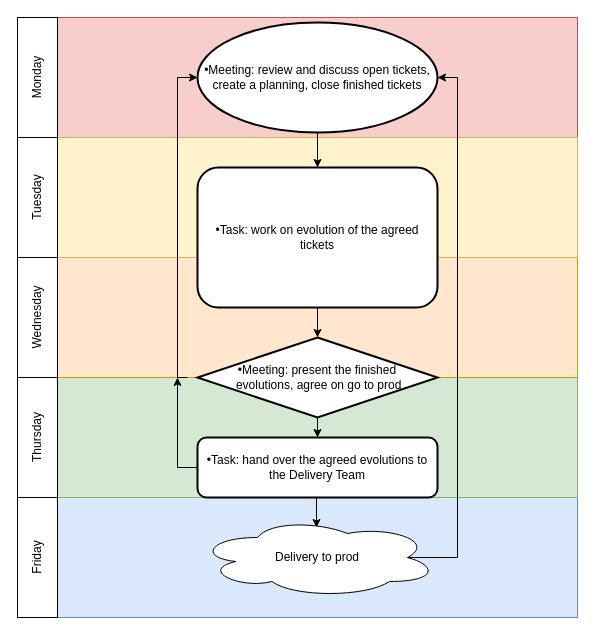
Above: Untitled Diagram.drawio in mariekekoppenaal/mariekekoppenaal (draw.io), before the change. Source tidied: cells renumbered, new cells numbered last; positions are measured from the earlier drawing's top-left corner, leaving out a move shared by most shapes. Both pictures are drawn from the tidied source at 100%, with x=0, y=0 at pixel (17, 17).
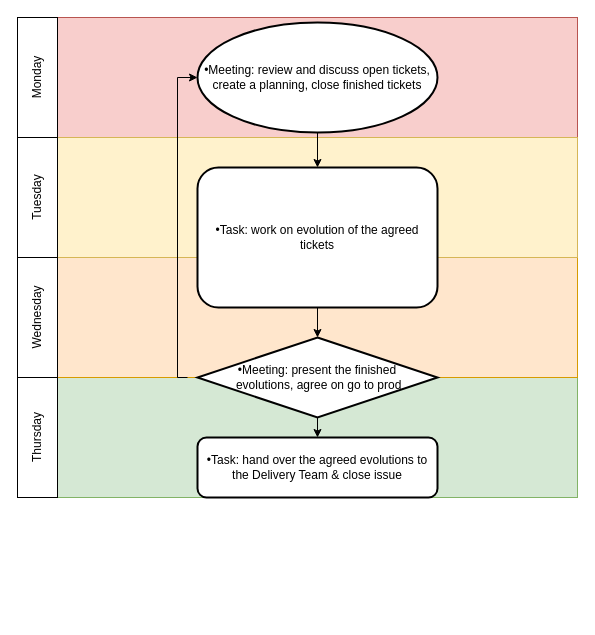
The same page after the edit.

Commit message:
Update Untitled Diagram 2.drawio

The change refers to these unchanged cells:
```xml
<mxCell id="9" value="•Meeting: review and discuss open tickets, create a planning, close finished tickets" style="strokeWidth=2;html=1;shape=mxgraph.flowchart.start_1;whiteSpace=wrap;" parent="1" vertex="1">
  <mxGeometry x="180" y="5" width="240" height="110" as="geometry" />
</mxCell>
```

The edit, as a diff of the source:
```diff
@@
-    <mxCell id="2" style="rounded=0;whiteSpace=wrap;html=1;fillColor=#dae8fc;strokeColor=#6c8ebf;" parent="1" vertex="1">
-      <mxGeometry x="40" y="480" width="520" height="120" as="geometry" />
-    </mxCell>
@@
-    <mxCell id="12" style="edgeStyle=orthogonalEdgeStyle;rounded=0;jettySize=auto;html=1;exitX=0.5;exitY=1;exitDx=0;exitDy=0;entryX=0.496;entryY=0.125;entryDx=0;entryDy=0;entryPerimeter=0;" parent="1" edge="1" source="14" target="23">
-      <mxGeometry relative="1" as="geometry" />
-    </mxCell>
-    <mxCell id="13" style="edgeStyle=orthogonalEdgeStyle;rounded=0;jettySize=auto;html=1;exitX=0;exitY=0.5;exitDx=0;exitDy=0;" parent="1" edge="1" source="14">
-      <mxGeometry relative="1" as="geometry">
-        <mxPoint x="160" y="360" as="targetPoint" />
-      </mxGeometry>
-    </mxCell>
-    <mxCell id="14" value="•Task: hand over the agreed evolutions to the Delivery Team" style="whiteSpace=wrap;html=1;rounded=1;strokeWidth=2;" parent="1" vertex="1">
+    <mxCell id="14" value="•Task: hand over the agreed evolutions to the Delivery Team &amp;amp; close issue" style="whiteSpace=wrap;html=1;rounded=1;strokeWidth=2;" parent="1" vertex="1">
       <mxGeometry x="180" y="420" width="240" height="60" as="geometry" />
     </mxCell>
@@
-    <mxCell id="21" value="Friday" style="rounded=0;whiteSpace=wrap;html=1;horizontal=0;" parent="1" vertex="1">
-      <mxGeometry y="480" width="40" height="120" as="geometry" />
-    </mxCell>
-    <mxCell id="22" style="edgeStyle=orthogonalEdgeStyle;rounded=0;jettySize=auto;html=1;exitX=0.875;exitY=0.5;exitDx=0;exitDy=0;exitPerimeter=0;entryX=1;entryY=0.5;entryDx=0;entryDy=0;entryPerimeter=0;" parent="1" edge="1" source="23" target="9">
-      <mxGeometry relative="1" as="geometry">
-        <Array as="points">
-          <mxPoint x="440" y="540" />
-          <mxPoint x="440" y="60" />
-        </Array>
-      </mxGeometry>
-    </mxCell>
-    <mxCell id="23" value="Delivery to prod" style="ellipse;shape=cloud;whiteSpace=wrap;html=1;" parent="1" vertex="1">
-      <mxGeometry x="180" y="500" width="240" height="80" as="geometry" />
-    </mxCell>
```
